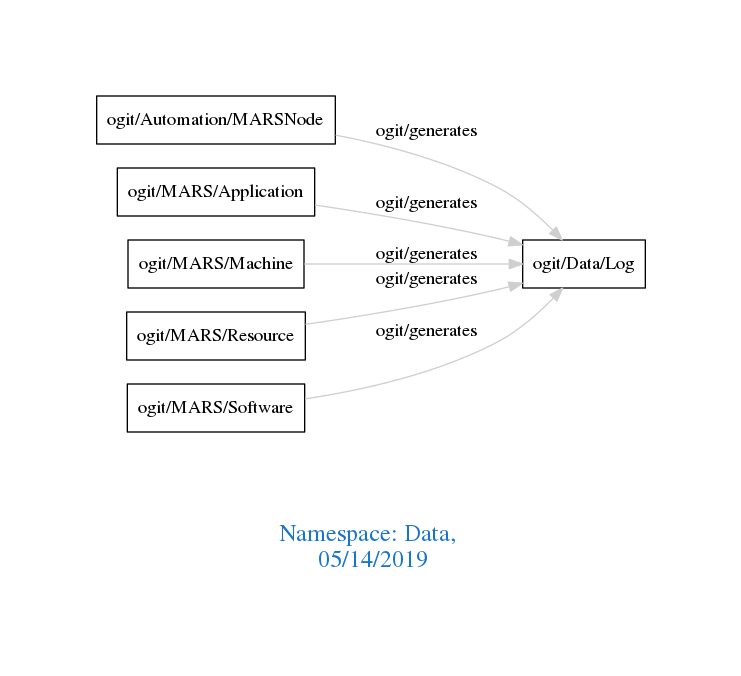
Earlier version of the Graphviz export downloads/Data.png (arago/OGIT). Its source is kept beside it as downloads/Data.dot. Its diagram source:
```dot
digraph OGIT_ontology {
 graph [ rankdir= LR,pad=1
fontsize = 18,
fontcolor= dodgerblue3,label = "\n\n\nNamespace: Data, \n 05/14/2019"];
node[shape=polygon];
edge [  color="gray81"];

   "ogit/Automation/MARSNode" -> "ogit/Data/Log" [label="   ogit/generates    "];
   "ogit/MARS/Application" -> "ogit/Data/Log" [label="   ogit/generates    "];
   "ogit/MARS/Machine" -> "ogit/Data/Log" [label="   ogit/generates    "];
   "ogit/MARS/Resource" -> "ogit/Data/Log" [label="   ogit/generates    "];
   "ogit/MARS/Software" -> "ogit/Data/Log" [label="   ogit/generates    "];
}
```
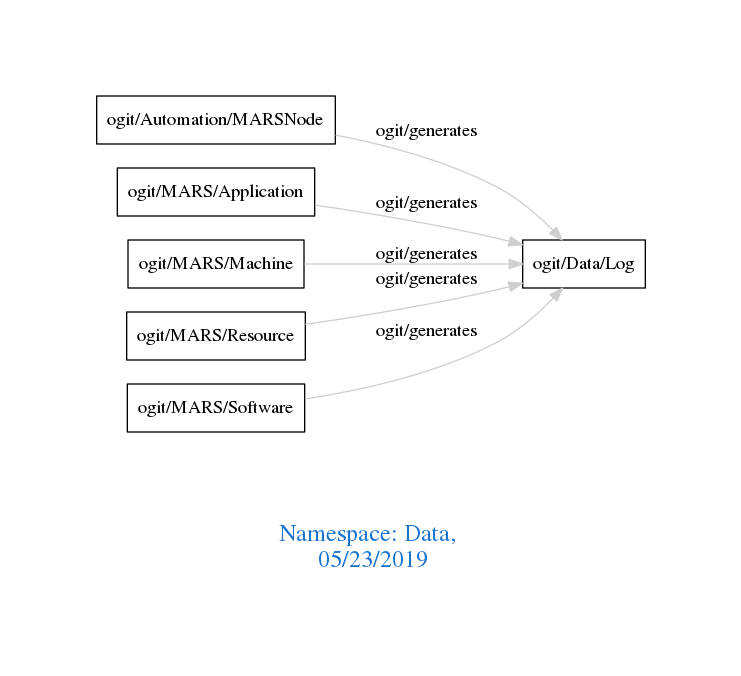
The same file after the commit.

Diff of the diagram source:
```diff
@@ -1,7 +1,7 @@
 digraph OGIT_ontology {
  graph [ rankdir= LR,pad=1
 fontsize = 18,
-fontcolor= dodgerblue3,label = "\n\n\nNamespace: Data, \n 05/14/2019"];
+fontcolor= dodgerblue3,label = "\n\n\nNamespace: Data, \n 05/23/2019"];
 node[shape=polygon];
 edge [  color="gray81"];
 
```
